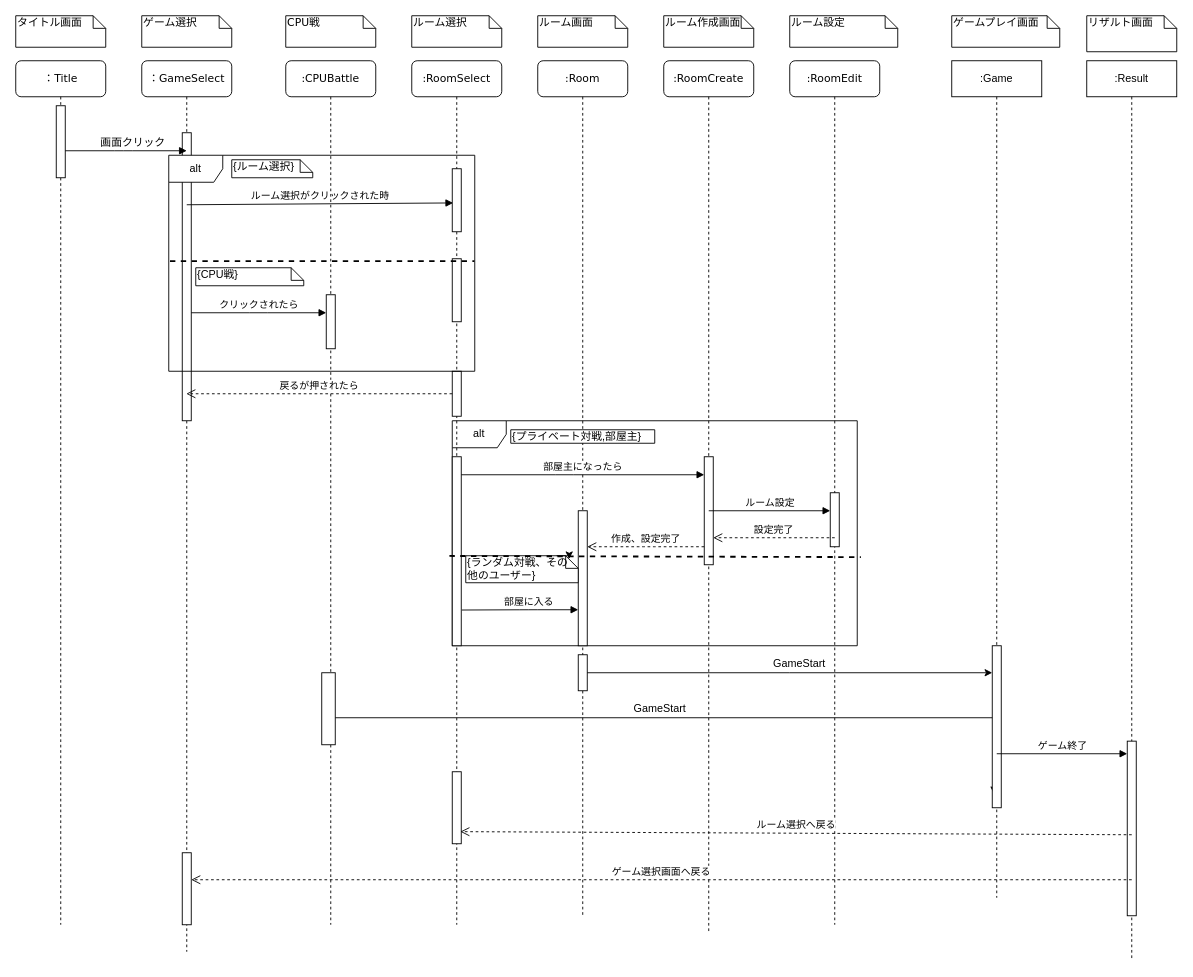
Earlier version of the draw.io diagram シーケンス図from指スマ.drawio (netWork2019WinterMan/netWork2019WinterMan). Source tidied: cells renumbered, new cells numbered last; positions are measured from the earlier drawing's top-left corner, leaving out a move shared by most shapes. Both pictures are drawn from the tidied source at 90%, with x=0, y=0 at pixel (15, 15).
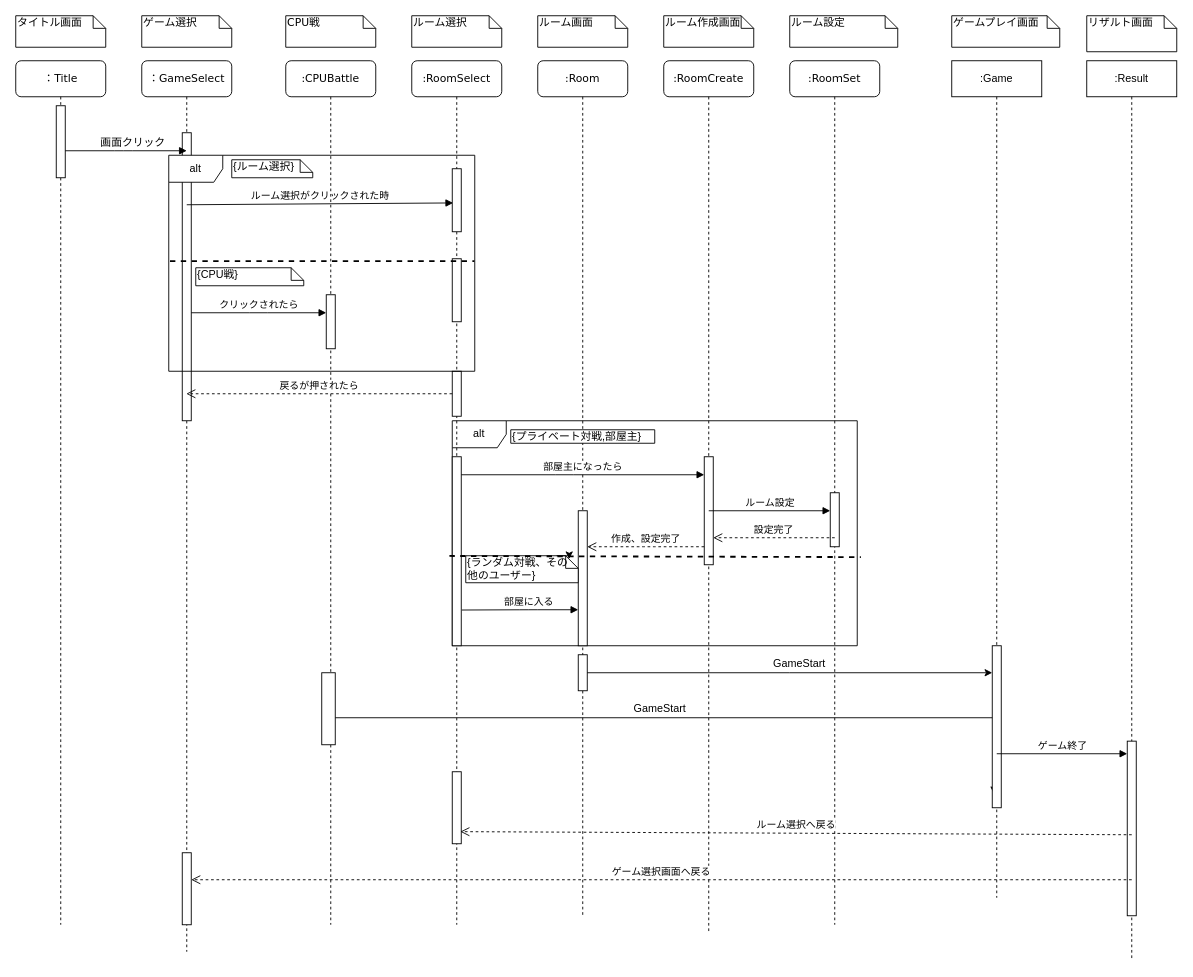
Above is the later version.

Commit message:
シーケンス図

The edit, as a diff of the source:
```diff
@@
-    <mxCell id="23" value=":RoomEdit" style="shape=umlLifeline;perimeter=lifelinePerimeter;whiteSpace=wrap;html=1;rounded=1;shadow=0;comic=0;labelBackgroundColor=none;strokeColor=#000000;strokeWidth=1;fillColor=#FFFFFF;fontFamily=Verdana;fontSize=12;fontColor=#000000;align=center;" parent="1" vertex="1">
+    <mxCell id="23" value=":RooｍSet" style="shape=umlLifeline;perimeter=lifelinePerimeter;whiteSpace=wrap;html=1;rounded=1;shadow=0;comic=0;labelBackgroundColor=none;strokeColor=#000000;strokeWidth=1;fillColor=#FFFFFF;fontFamily=Verdana;fontSize=12;fontColor=#000000;align=center;" parent="1" vertex="1">
       <mxGeometry x="860" y="50" width="100" height="960" as="geometry" />
     </mxCell>
```
